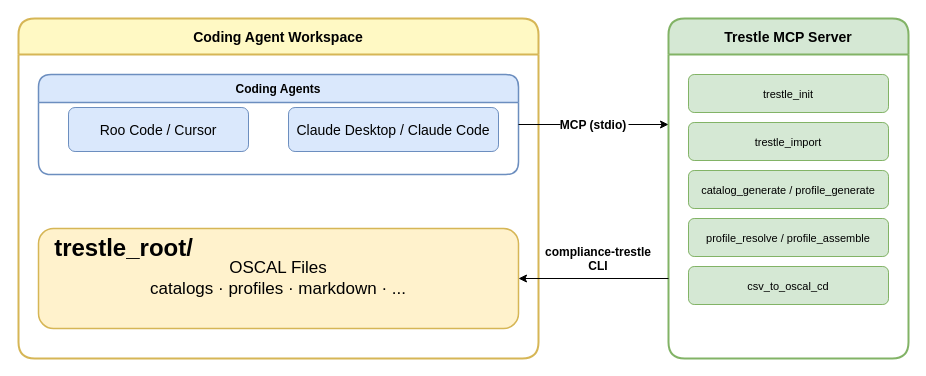
Above: docs/images/architecture.drawio in oscal-compass/compliance-trestle-mcp (draw.io), before the change. Source tidied: cells renumbered, new cells numbered last; positions are measured from the earlier drawing's top-left corner, leaving out a move shared by most shapes. Both pictures are drawn from the tidied source at 100%, with x=0, y=0 at pixel (18, 18).
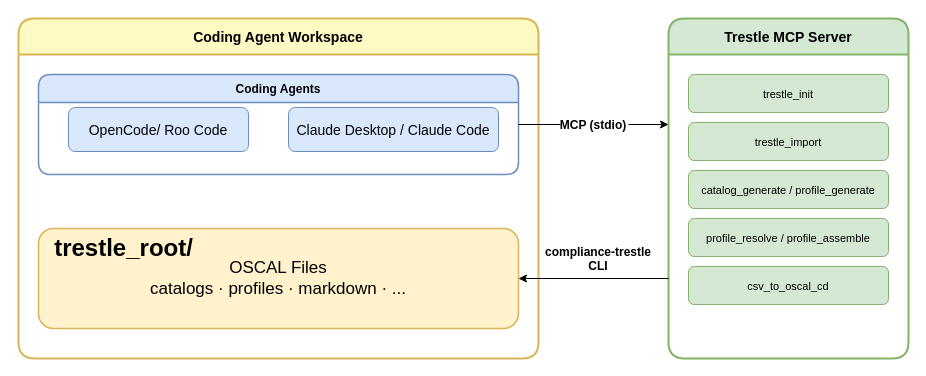
Above is the later version.

Commit message (it also covers changes not shown here):
docs: move the coding-agent walkthrough from Roo Code to OpenCode

What changed in the source:
```diff
@@
 <mxGraphModel>
   <root>
     <mxCell id="0" />
     <mxCell id="1" parent="0" />
     <mxCell id="2" value="Coding Agent Workspace" style="swimlane;fontStyle=1;fontSize=14;fillColor=#fff9c4;strokeColor=#d6b656;strokeWidth=2;startSize=36;rounded=1;" parent="1" vertex="1">
       <mxGeometry width="520" height="340" as="geometry" />
     </mxCell>
     <mxCell id="3" value="Coding Agents" style="swimlane;fontSize=12;fillColor=#dae8fc;strokeColor=#6c8ebf;strokeWidth=1.5;startSize=28;rounded=1;" parent="2" vertex="1">
       <mxGeometry x="20" y="56" width="480" height="100" as="geometry" />
     </mxCell>
-    <mxCell id="4" value="Roo Code / Cursor" style="rounded=1;fillColor=#dae8fc;strokeColor=#6c8ebf;fontSize=14;" parent="3" vertex="1">
+    <mxCell id="4" value="OpenCode/ Roo Code" style="rounded=1;fillColor=#dae8fc;strokeColor=#6c8ebf;fontSize=14;" parent="3" vertex="1">
       <mxGeometry x="30" y="33" width="180" height="44" as="geometry" />
     </mxCell>
     <mxCell id="5" value="Claude Desktop / Claude Code" style="rounded=1;fillColor=#dae8fc;strokeColor=#6c8ebf;fontSize=14;" parent="3" vertex="1">
       <mxGeometry x="250" y="33" width="210" height="44" as="geometry" />
     </mxCell>
     <mxCell id="6" value="OSCAL Files&#10;catalogs · profiles · markdown · ..." style="rounded=1;whiteSpace=wrap;fillColor=#fff2cc;strokeColor=#d6b656;strokeWidth=1.5;fontSize=17;verticalAlign=middle;" parent="2" vertex="1">
       <mxGeometry x="20" y="210" width="480" height="100" as="geometry" />
     </mxCell>
     <mxCell id="7" value="trestle_root/" style="text;strokeColor=none;fillColor=none;html=1;fontSize=24;fontStyle=1;verticalAlign=middle;align=center;" parent="2" vertex="1">
       <mxGeometry x="20" y="210" width="170" height="40" as="geometry" />
     </mxCell>
     <mxCell id="8" value="Trestle MCP Server" style="swimlane;fontStyle=1;fontSize=14;fillColor=#d5e8d4;strokeColor=#82b366;strokeWidth=2;startSize=36;rounded=1;" parent="1" vertex="1">
       <mxGeometry x="650" width="240" height="340" as="geometry" />
     </mxCell>
     <mxCell id="9" value="trestle_init" style="rounded=1;fillColor=#d5e8d4;strokeColor=#82b366;fontSize=11;" parent="8" vertex="1">
       <mxGeometry x="20" y="56" width="200" height="38" as="geometry" />
     </mxCell>
     <mxCell id="10" value="trestle_import" style="rounded=1;fillColor=#d5e8d4;strokeColor=#82b366;fontSize=11;" parent="8" vertex="1">
       <mxGeometry x="20" y="104" width="200" height="38" as="geometry" />
     </mxCell>
     <mxCell id="11" value="catalog_generate / profile_generate" style="rounded=1;fillColor=#d5e8d4;strokeColor=#82b366;fontSize=11;" parent="8" vertex="1">
       <mxGeometry x="20" y="152" width="200" height="38" as="geometry" />
     </mxCell>
     <mxCell id="12" value="profile_resolve / profile_assemble" style="rounded=1;fillColor=#d5e8d4;strokeColor=#82b366;fontSize=11;" parent="8" vertex="1">
       <mxGeometry x="20" y="200" width="200" height="38" as="geometry" />
     </mxCell>
     <mxCell id="13" value="csv_to_oscal_cd" style="rounded=1;fillColor=#d5e8d4;strokeColor=#82b366;fontSize=11;" parent="8" vertex="1">
       <mxGeometry x="20" y="248" width="200" height="38" as="geometry" />
     </mxCell>
     <mxCell id="14" value="compliance-trestle&#10;CLI" style="fontSize=12;fontStyle=1;entryX=1;entryY=0.5;entryDx=0;entryDy=0;" parent="1" edge="1" target="6">
       <mxGeometry x="-0.07" y="-20" relative="1" as="geometry">
         <mxPoint x="650" y="260" as="sourcePoint" />
       </mxGeometry>
     </mxCell>
     <mxCell id="15" value="MCP (stdio)" style="fontSize=12;fontStyle=1;exitX=1;exitY=0.5;exitDx=0;exitDy=0;" parent="1" edge="1" source="3">
       <mxGeometry relative="1" as="geometry">
         <mxPoint x="650" y="106" as="targetPoint" />
       </mxGeometry>
     </mxCell>
   </root>
 </mxGraphModel>
```
